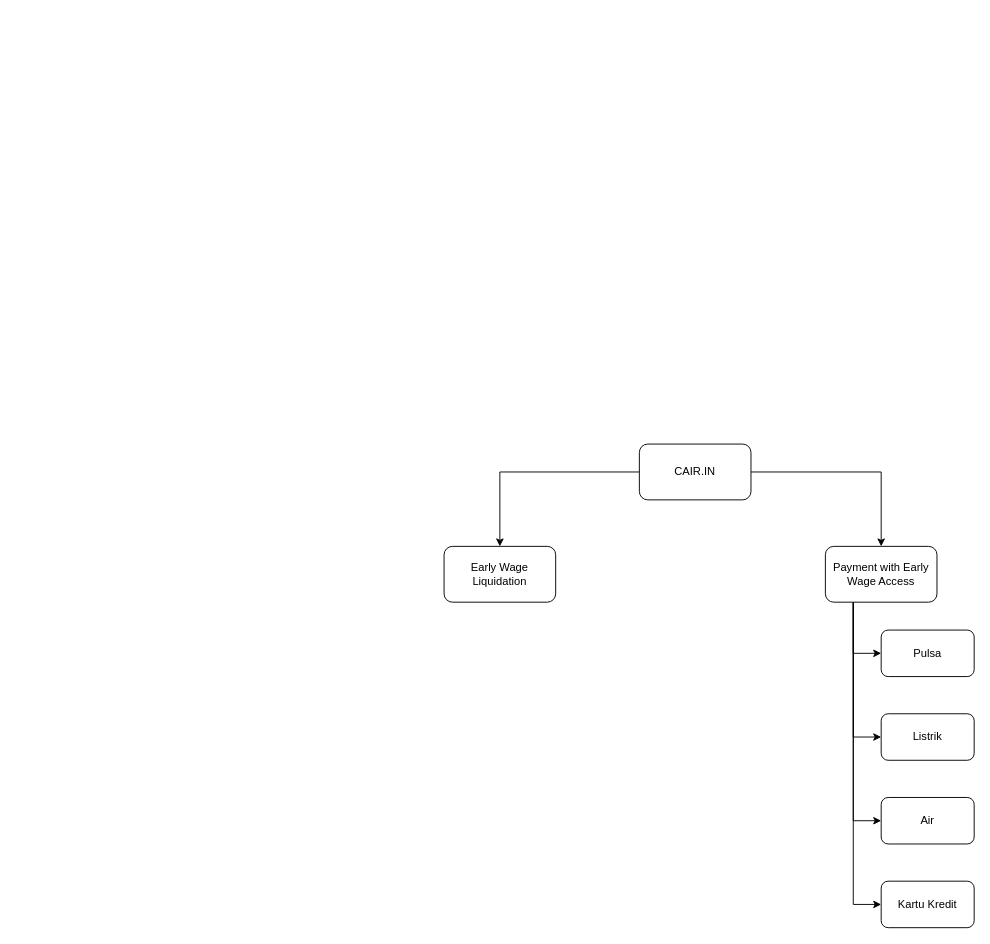
The draw.io diagram cair.in.drawio in stephendaniel31/draw.io, before the edit. Source tidied: cells renumbered, new cells numbered last; positions are measured from the earlier drawing's top-left corner, leaving out a move shared by most shapes. Both pictures are drawn from the tidied source at 93%, with x=0, y=0 at pixel (444, 444).
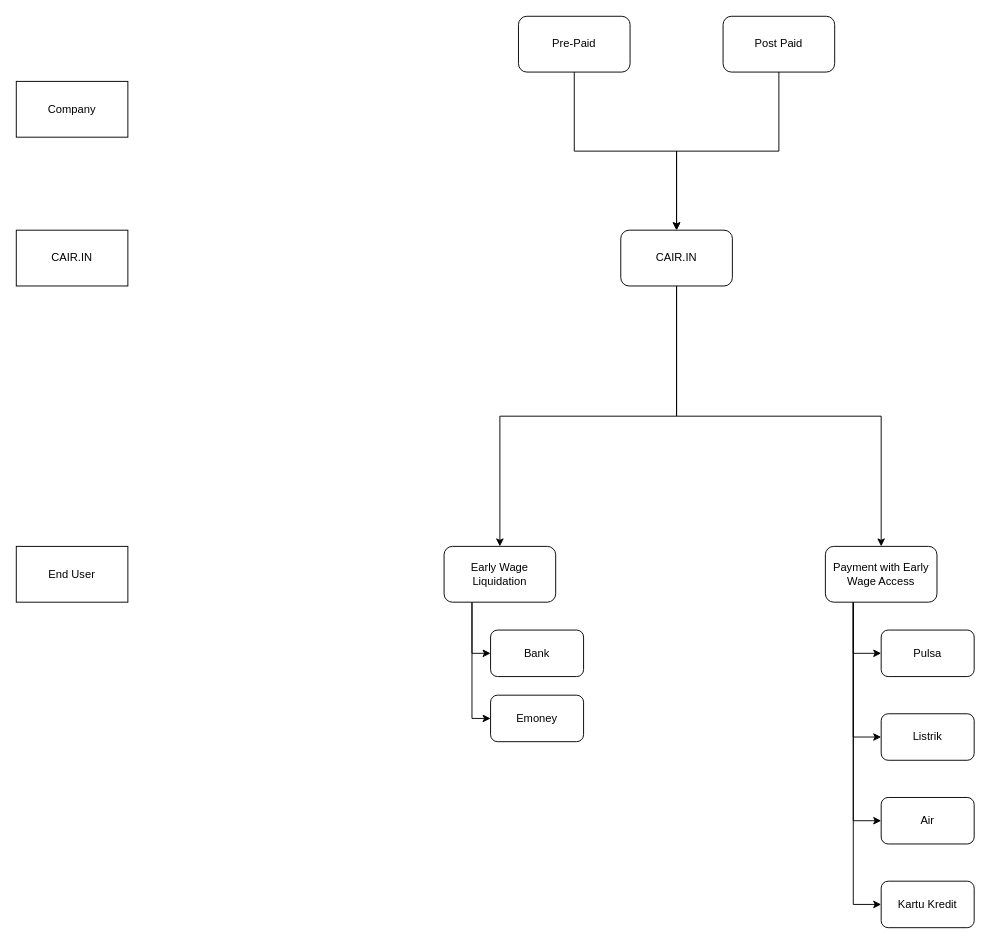
Above is the later version.

Unchanged cells that the change refers to:
```xml
<mxCell id="5" value="Early Wage Liquidation" style="rounded=1;whiteSpace=wrap;html=1;" parent="1" vertex="1">
  <mxGeometry y="110" width="120" height="60" as="geometry" />
</mxCell>
<mxCell id="10" value="Payment with Early Wage Access" style="rounded=1;whiteSpace=wrap;html=1;" parent="1" vertex="1">
  <mxGeometry x="410" y="110" width="120" height="60" as="geometry" />
</mxCell>
```

The edit, as a diff of the source:
```diff
@@
-    <mxCell id="2" style="edgeStyle=orthogonalEdgeStyle;rounded=0;jettySize=auto;html=1;exitX=1;exitY=0.5;exitDx=0;exitDy=0;entryX=0.5;entryY=0;entryDx=0;entryDy=0;" parent="1" edge="1" source="4" target="10">
+    <mxCell id="2" style="edgeStyle=orthogonalEdgeStyle;rounded=0;jettySize=auto;html=1;exitX=0.5;exitY=1;exitDx=0;exitDy=0;entryX=0.5;entryY=0;entryDx=0;entryDy=0;" parent="1" edge="1" source="4" target="10">
       <mxGeometry relative="1" as="geometry" />
     </mxCell>
-    <mxCell id="3" style="edgeStyle=orthogonalEdgeStyle;rounded=0;jettySize=auto;html=1;exitX=0;exitY=0.5;exitDx=0;exitDy=0;" parent="1" edge="1" source="4" target="5">
+    <mxCell id="3" style="edgeStyle=orthogonalEdgeStyle;rounded=0;jettySize=auto;html=1;exitX=0.5;exitY=1;exitDx=0;exitDy=0;" parent="1" edge="1" source="4" target="5">
       <mxGeometry relative="1" as="geometry" />
     </mxCell>
     <mxCell id="4" value="CAIR.IN" style="rounded=1;whiteSpace=wrap;html=1;" parent="1" vertex="1">
-      <mxGeometry x="210" width="120" height="60" as="geometry" />
+      <mxGeometry x="190" y="-230" width="120" height="60" as="geometry" />
     </mxCell>
+    <mxCell id="15" style="edgeStyle=orthogonalEdgeStyle;rounded=0;jettySize=auto;html=1;exitX=0.25;exitY=1;exitDx=0;exitDy=0;entryX=0;entryY=0.5;entryDx=0;entryDy=0;" parent="1" edge="1" source="5" target="17">
+      <mxGeometry relative="1" as="geometry" />
+    </mxCell>
+    <mxCell id="16" style="edgeStyle=orthogonalEdgeStyle;rounded=0;jettySize=auto;html=1;exitX=0.25;exitY=1;exitDx=0;exitDy=0;entryX=0;entryY=0.5;entryDx=0;entryDy=0;" parent="1" edge="1" source="5" target="18">
+      <mxGeometry relative="1" as="geometry" />
+    </mxCell>
@@
+    <mxCell id="17" value="Bank" style="rounded=1;whiteSpace=wrap;html=1;" parent="1" vertex="1">
+      <mxGeometry x="50" y="200" width="100" height="50" as="geometry" />
+    </mxCell>
+    <mxCell id="18" value="Emoney" style="rounded=1;whiteSpace=wrap;html=1;" parent="1" vertex="1">
+      <mxGeometry x="50" y="270" width="100" height="50" as="geometry" />
+    </mxCell>
+    <mxCell id="19" style="edgeStyle=orthogonalEdgeStyle;rounded=0;jettySize=auto;html=1;exitX=0.5;exitY=1;exitDx=0;exitDy=0;" parent="1" edge="1" source="20" target="4">
+      <mxGeometry relative="1" as="geometry" />
+    </mxCell>
+    <mxCell id="20" value="Pre-Paid" style="rounded=1;whiteSpace=wrap;html=1;" parent="1" vertex="1">
+      <mxGeometry x="80" y="-460" width="120" height="60" as="geometry" />
+    </mxCell>
+    <mxCell id="21" style="edgeStyle=orthogonalEdgeStyle;rounded=0;jettySize=auto;html=1;exitX=0.5;exitY=1;exitDx=0;exitDy=0;" parent="1" edge="1" source="22" target="4">
+      <mxGeometry relative="1" as="geometry" />
+    </mxCell>
+    <mxCell id="22" value="Post Paid" style="rounded=1;whiteSpace=wrap;html=1;" parent="1" vertex="1">
+      <mxGeometry x="300" y="-460" width="120" height="60" as="geometry" />
+    </mxCell>
+    <mxCell id="23" value="Company" style="rounded=0;whiteSpace=wrap;html=1;" parent="1" vertex="1">
+      <mxGeometry x="-460" y="-390" width="120" height="60" as="geometry" />
+    </mxCell>
+    <mxCell id="24" value="CAIR.IN" style="rounded=0;whiteSpace=wrap;html=1;" parent="1" vertex="1">
+      <mxGeometry x="-460" y="-230" width="120" height="60" as="geometry" />
+    </mxCell>
+    <mxCell id="25" value="End User" style="rounded=0;whiteSpace=wrap;html=1;" parent="1" vertex="1">
+      <mxGeometry x="-460" y="110" width="120" height="60" as="geometry" />
+    </mxCell>
```
